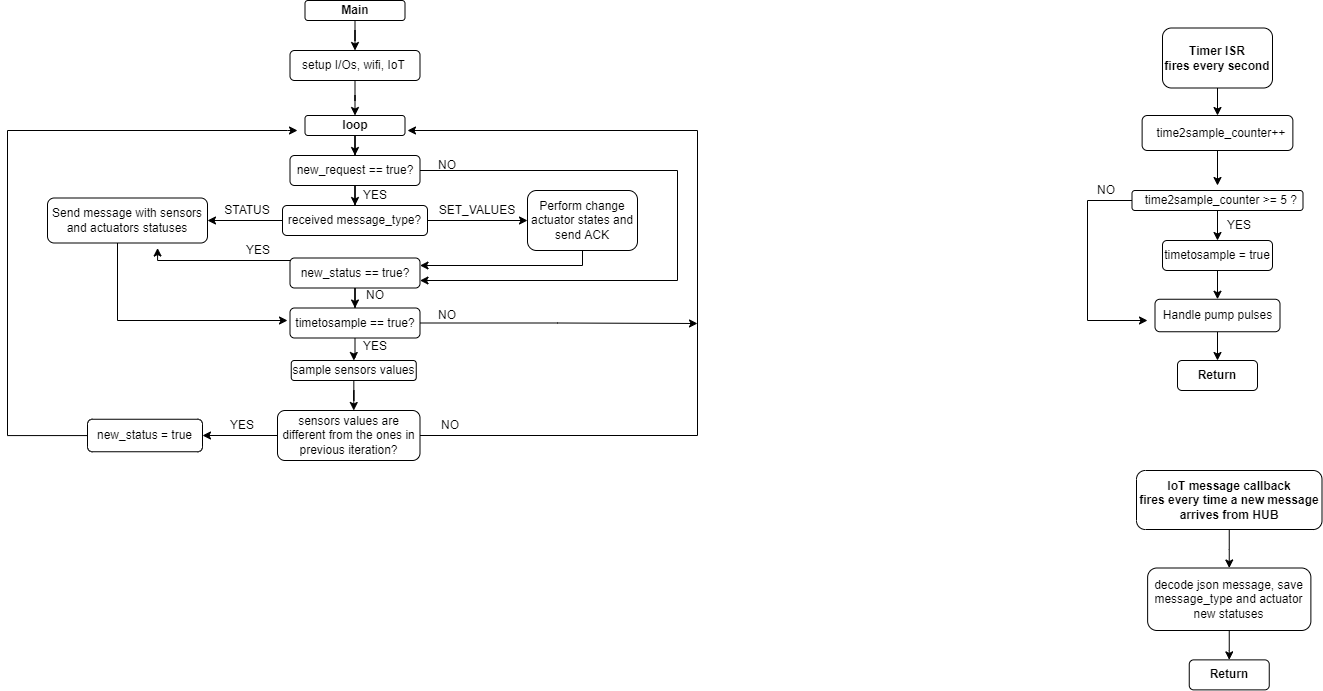
Before: SC1 Code diagram.png, a diagram exported from draw.io (stefanolucchesini/sanitizer_controller). Source tidied: cells renumbered, new cells last; positions are measured from the earlier drawing's top-left corner, leaving out a move shared by most shapes.
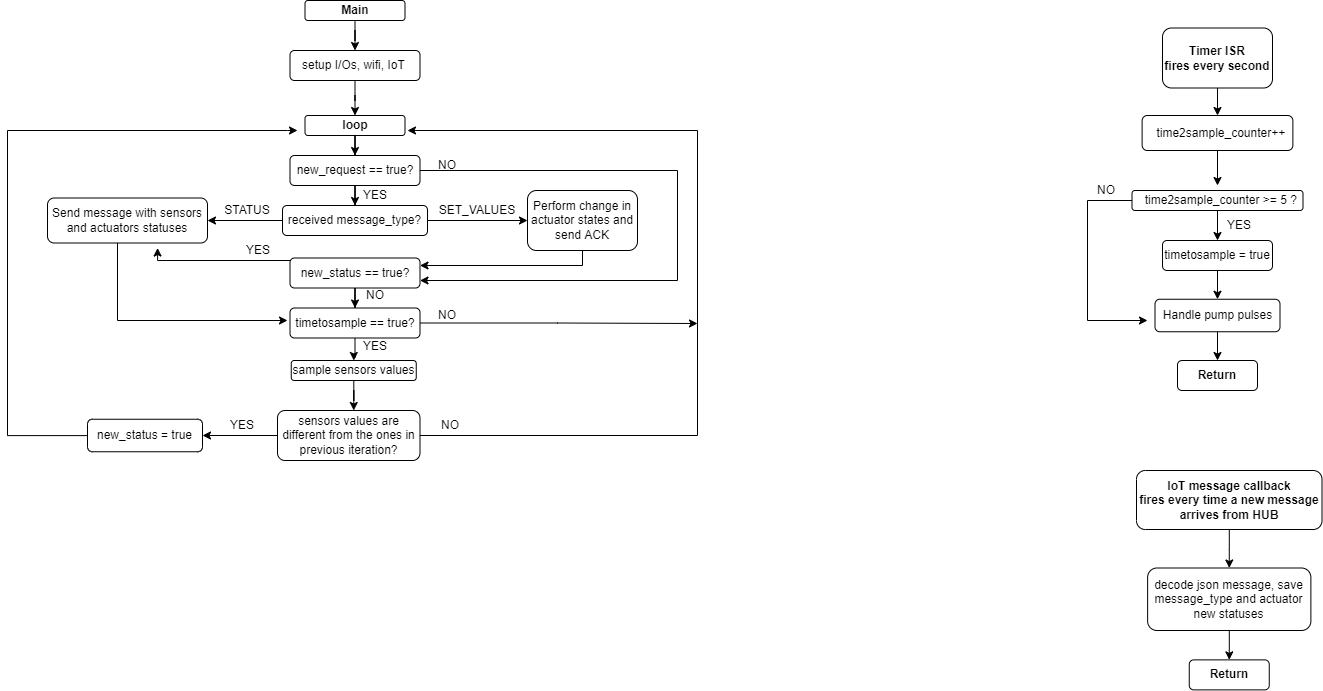
Later version of the same file.

What changed in the source:
```diff
@@ -88,7 +88,7 @@
         </Array>
       </mxGeometry>
     </mxCell>
-    <mxCell id="23" value="Perform change actuator states and send ACK" style="rounded=1;whiteSpace=wrap;html=1;" parent="1" vertex="1">
+    <mxCell id="23" value="Perform change in actuator states and send ACK" style="rounded=1;whiteSpace=wrap;html=1;" parent="1" vertex="1">
       <mxGeometry x="520" y="190" width="110" height="60" as="geometry" />
     </mxCell>
     <mxCell id="24" value="STATUS" style="text;html=1;strokeColor=none;fillColor=none;align=center;verticalAlign=middle;whiteSpace=wrap;rounded=0;" parent="1" vertex="1">
```
